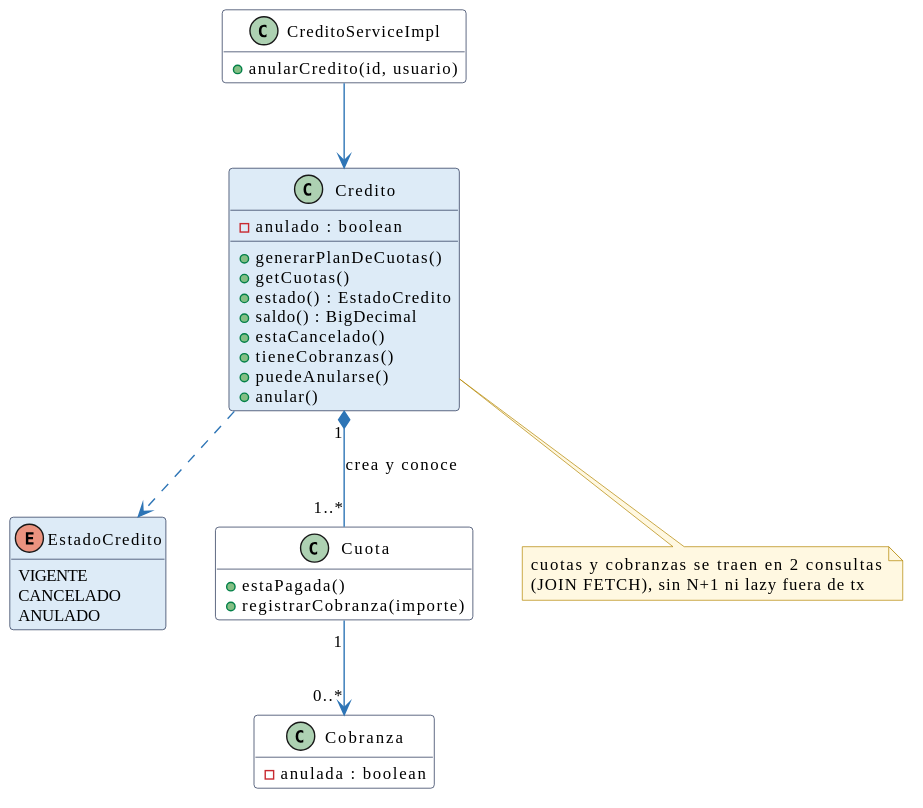
andreiveisuade/TPO-ProcesoDesarrolloSoftware-V3 keeps this PlantUML diagram as docs/reporte/puml/m8-despues.svg. Above is the earlier version. Its source is kept beside it as docs/reporte/puml/m8-despues.puml. Source of this version:
```plantuml
@startuml
skinparam shadowing false
skinparam defaultFontName Calibri
skinparam defaultFontSize 12
skinparam ClassBackgroundColor #FFFFFF
skinparam ClassBorderColor #1D2B4F
skinparam ClassHeaderBackgroundColor #FFFFFF
skinparam ArrowColor #2E75B6
skinparam NoteBackgroundColor #FFF8E1
skinparam NoteBorderColor #B38600
skinparam SequenceLifeLineBorderColor #1D2B4F
skinparam ParticipantBackgroundColor #FFFFFF
skinparam ParticipantBorderColor #1D2B4F
skinparam SequenceGroupBackgroundColor #F4F8FC
hide empty members
enum EstadoCredito #DDEBF7 {
  VIGENTE
  CANCELADO
  ANULADO
}
class Credito #DDEBF7 {
  -anulado : boolean
  +generarPlanDeCuotas()
  +getCuotas()
  +estado() : EstadoCredito
  +saldo() : BigDecimal
  +estaCancelado()
  +tieneCobranzas()
  +puedeAnularse()
  +anular()
}
class Cuota {
  +estaPagada()
  +registrarCobranza(importe)
}
class Cobranza {
  -anulada : boolean
}
class CreditoServiceImpl {
  +anularCredito(id, usuario)
}
CreditoServiceImpl --> Credito
Credito "1" *-- "1..*" Cuota : crea y conoce
Cuota "1" --> "0..*" Cobranza
Credito ..> EstadoCredito
note bottom of Credito #FFF8E1
  cuotas y cobranzas se traen en 2 consultas
  (JOIN FETCH), sin N+1 ni lazy fuera de tx
end note
@enduml
```
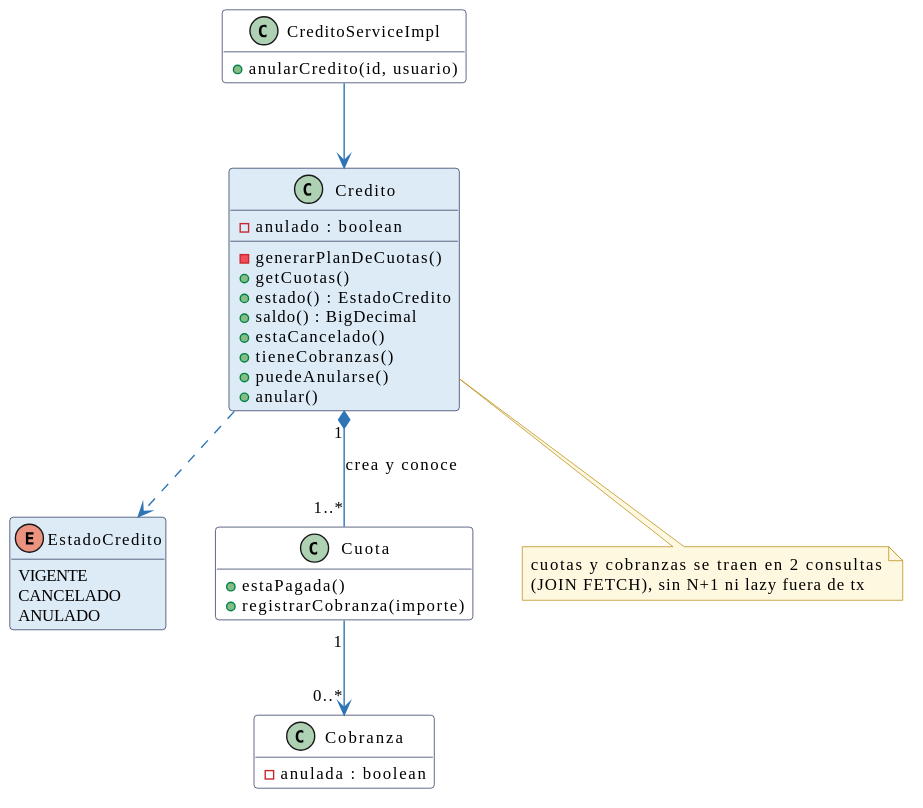
Above is the later version.

Diff of the diagram source:
```diff
@@ -20,7 +20,7 @@
 }
 class Credito #DDEBF7 {
   -anulado : boolean
-  +generarPlanDeCuotas()
+  -generarPlanDeCuotas()
   +getCuotas()
   +estado() : EstadoCredito
   +saldo() : BigDecimal
```
